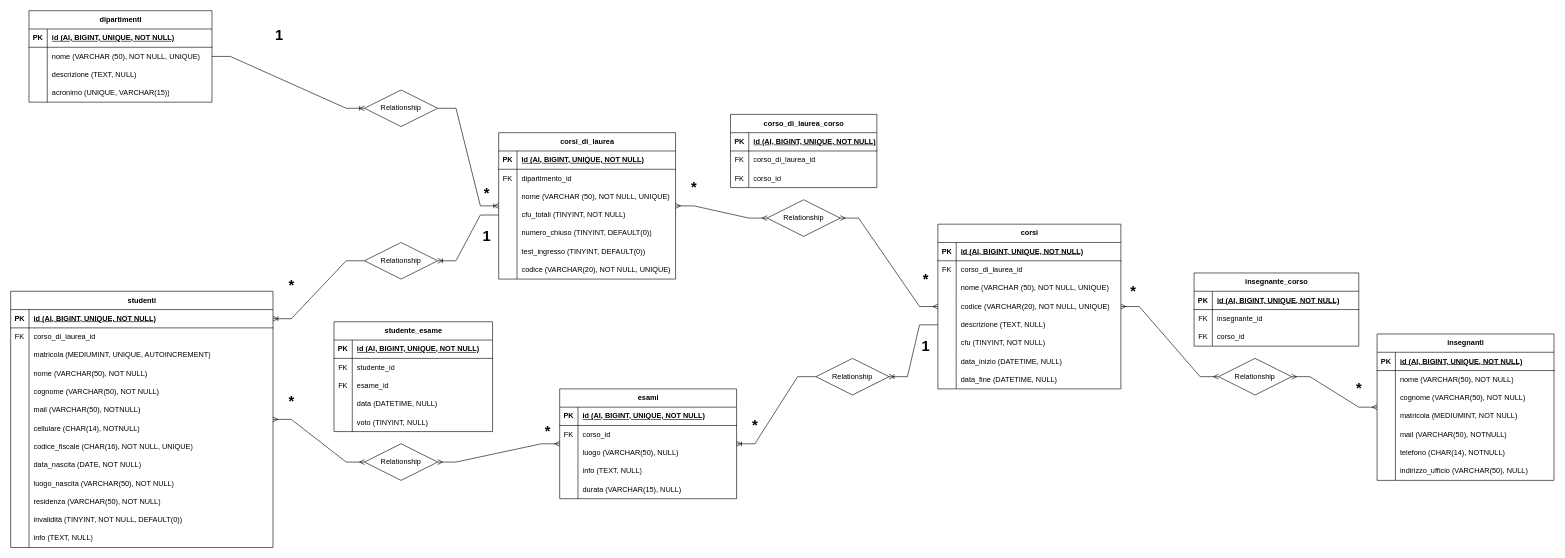
vgianluca96/db-university keeps this draw.io diagram as db-schema.drawio. Above is the earlier version. Source tidied: cells renumbered, new cells numbered last; positions are measured from the earlier drawing's top-left corner, leaving out a move shared by most shapes. Both pictures are drawn from the tidied source at 61%, with x=0, y=0 at pixel (10, 10).
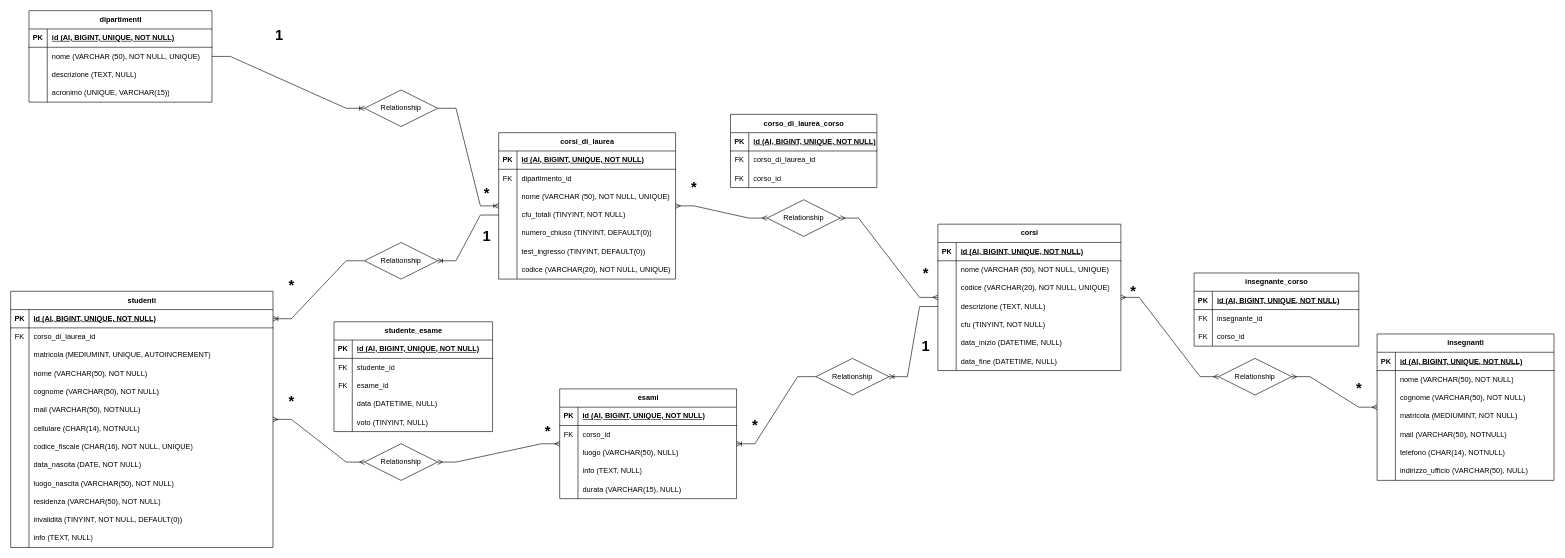
After the change.

The edit, as a diff of the source:
```diff
@@
     <mxCell id="37" value="corsi" style="shape=table;startSize=30;childLayout=tableLayout;rowLines=0;fontStyle=1;align=center;html=1;" parent="1" vertex="1">
-      <mxGeometry x="1520" y="350" width="300" height="270" as="geometry" />
+      <mxGeometry x="1520" y="350" width="300" height="240" as="geometry" />
     </mxCell>
@@
-    <mxCell id="41" style="shape=tableRow;horizontal=0;startSize=0;swimlaneHead=0;swimlaneBody=0;fillColor=none;top=0;left=0;right=0;bottom=0;" parent="37" vertex="1">
-      <mxGeometry y="60" width="300" height="30" as="geometry" />
-    </mxCell>
-    <mxCell id="42" value="FK" style="shape=partialRectangle;fillColor=none;top=0;left=0;bottom=0;right=0;overflow=hidden;whiteSpace=wrap;html=1;" parent="41" vertex="1">
-      <mxGeometry width="30" height="30" as="geometry" />
-    </mxCell>
-    <mxCell id="43" value="corso_di_laurea_id" style="shape=partialRectangle;fillColor=none;top=0;left=0;bottom=0;right=0;align=left;spacingLeft=6;overflow=hidden;whiteSpace=wrap;html=1;" parent="41" vertex="1">
-      <mxGeometry x="30" width="270" height="30" as="geometry" />
-    </mxCell>
     <mxCell id="44" style="shape=tableRow;horizontal=0;startSize=0;swimlaneHead=0;swimlaneBody=0;fillColor=none;top=0;left=0;right=0;bottom=0;" parent="37" vertex="1">
-      <mxGeometry y="90" width="300" height="30" as="geometry" />
+      <mxGeometry y="60" width="300" height="30" as="geometry" />
     </mxCell>
@@
     <mxCell id="47" style="shape=tableRow;horizontal=0;startSize=0;swimlaneHead=0;swimlaneBody=0;fillColor=none;top=0;left=0;right=0;bottom=0;" parent="37" vertex="1">
-      <mxGeometry y="120" width="300" height="30" as="geometry" />
+      <mxGeometry y="90" width="300" height="30" as="geometry" />
     </mxCell>
@@
     <mxCell id="50" style="shape=tableRow;horizontal=0;startSize=0;swimlaneHead=0;swimlaneBody=0;fillColor=none;points=[[0,0.5],[1,0.5]];portConstraint=eastwest;top=0;left=0;right=0;bottom=0;" parent="37" vertex="1">
-      <mxGeometry y="150" width="300" height="30" as="geometry" />
+      <mxGeometry y="120" width="300" height="30" as="geometry" />
     </mxCell>
@@
     <mxCell id="53" style="shape=tableRow;horizontal=0;startSize=0;swimlaneHead=0;swimlaneBody=0;fillColor=none;top=0;left=0;right=0;bottom=0;" parent="37" vertex="1">
-      <mxGeometry y="180" width="300" height="30" as="geometry" />
+      <mxGeometry y="150" width="300" height="30" as="geometry" />
     </mxCell>
@@
     <mxCell id="56" style="shape=tableRow;horizontal=0;startSize=0;swimlaneHead=0;swimlaneBody=0;fillColor=none;top=0;left=0;right=0;bottom=0;" parent="37" vertex="1">
-      <mxGeometry y="210" width="300" height="30" as="geometry" />
+      <mxGeometry y="180" width="300" height="30" as="geometry" />
     </mxCell>
@@
     <mxCell id="59" style="shape=tableRow;horizontal=0;startSize=0;swimlaneHead=0;swimlaneBody=0;fillColor=none;top=0;left=0;right=0;bottom=0;" parent="37" vertex="1">
-      <mxGeometry y="240" width="300" height="30" as="geometry" />
+      <mxGeometry y="210" width="300" height="30" as="geometry" />
     </mxCell>
@@
     <mxCell id="108" value="*" style="text;strokeColor=none;fillColor=none;html=1;fontSize=24;fontStyle=1;verticalAlign=middle;align=center;" parent="1" vertex="1">
-      <mxGeometry x="1450" y="420" width="100" height="40" as="geometry" />
+      <mxGeometry x="1450" y="410" width="100" height="40" as="geometry" />
     </mxCell>
```
